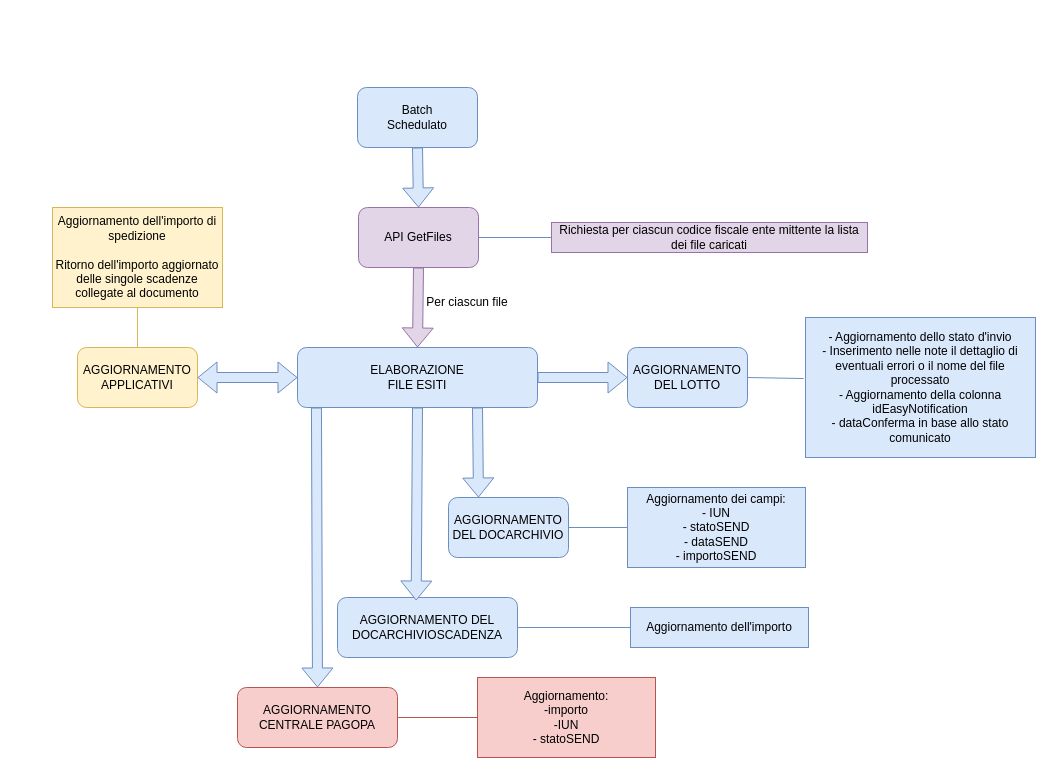
The draw.io diagram page "File Esito" (2 of 5) of Easy Notification.drawio in marcogarbujoabaco/drawio, before the edit. Source tidied: cells renumbered, new cells numbered last; positions are measured from the earlier drawing's top-left corner, leaving out a move shared by most shapes. Both pictures are drawn from the tidied source at 100%, with x=0, y=0 at pixel (52, 87).
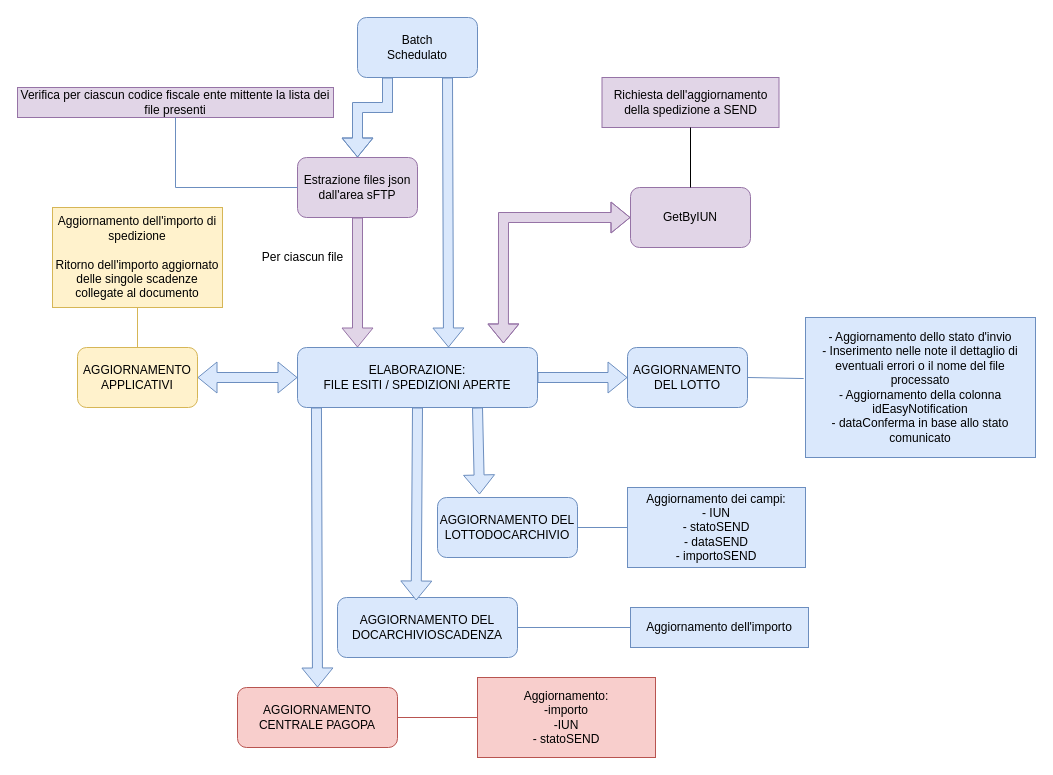
The same diagram, later.

Diff of the diagram source:
```diff
@@
-    <mxCell id="2" value="API GetFiles" style="rounded=1;whiteSpace=wrap;html=1;fillColor=#e1d5e7;strokeColor=#9673a6;" parent="1" vertex="1">
-      <mxGeometry x="306" y="120" width="120" height="60" as="geometry" />
+    <mxCell id="2" value="Estrazione files json dall'area sFTP" style="rounded=1;whiteSpace=wrap;html=1;fillColor=#e1d5e7;strokeColor=#9673a6;" parent="1" vertex="1">
+      <mxGeometry x="245" y="70" width="120" height="60" as="geometry" />
     </mxCell>
-    <mxCell id="3" value="Richiesta per ciascun codice fiscale ente mittente la lista dei file caricati" style="text;html=1;align=center;verticalAlign=middle;whiteSpace=wrap;rounded=0;strokeColor=#9673a6;fillColor=#e1d5e7;" parent="1" vertex="1">
-      <mxGeometry x="499" y="135" width="316" height="30" as="geometry" />
+    <mxCell id="3" value="Verifica per ciascun codice fiscale ente mittente la lista dei file presenti" style="text;html=1;align=center;verticalAlign=middle;whiteSpace=wrap;rounded=0;strokeColor=#9673a6;fillColor=#e1d5e7;" parent="1" vertex="1">
+      <mxGeometry x="-35" width="316" height="30" as="geometry" />
     </mxCell>
-    <mxCell id="4" value="ELABORAZIONE&lt;div&gt;FILE ESITI&lt;/div&gt;" style="rounded=1;whiteSpace=wrap;html=1;fillColor=#dae8fc;strokeColor=#6c8ebf;" parent="1" vertex="1">
+    <mxCell id="4" value="ELABORAZIONE:&lt;div&gt;FILE ESITI / SPEDIZIONI APERTE&lt;/div&gt;" style="rounded=1;whiteSpace=wrap;html=1;fillColor=#dae8fc;strokeColor=#6c8ebf;" parent="1" vertex="1">
       <mxGeometry x="245" y="260" width="240" height="60" as="geometry" />
     </mxCell>
-    <mxCell id="5" style="shape=flexArrow;endArrow=classic;html=1;rounded=0;exitX=0.5;exitY=1;exitDx=0;exitDy=0;entryX=0.5;entryY=0;entryDx=0;entryDy=0;fillColor=#e1d5e7;strokeColor=#9673a6;" parent="1" edge="1" source="2" target="4">
+    <mxCell id="5" style="shape=flexArrow;endArrow=classic;html=1;rounded=0;exitX=0.5;exitY=1;exitDx=0;exitDy=0;fillColor=#e1d5e7;strokeColor=#9673a6;entryX=0.25;entryY=0;entryDx=0;entryDy=0;" parent="1" edge="1" source="2" target="4">
       <mxGeometry relative="1" as="geometry" />
     </mxCell>
     <mxCell id="6" value="Per ciascun file" style="text;html=1;align=center;verticalAlign=middle;whiteSpace=wrap;rounded=0;" parent="1" vertex="1">
-      <mxGeometry x="345" y="200" width="140" height="30" as="geometry" />
+      <mxGeometry x="205" y="155" width="91" height="30" as="geometry" />
     </mxCell>
     <mxCell id="7" value="Batch&lt;div&gt;Schedulato&lt;/div&gt;" style="rounded=1;whiteSpace=wrap;html=1;fillColor=#dae8fc;strokeColor=#6c8ebf;" parent="1" vertex="1">
-      <mxGeometry x="305" width="120" height="60" as="geometry" />
+      <mxGeometry x="305" y="-70" width="120" height="60" as="geometry" />
     </mxCell>
-    <mxCell id="8" style="shape=flexArrow;endArrow=classic;html=1;rounded=0;entryX=0.5;entryY=0;entryDx=0;entryDy=0;exitX=0.5;exitY=1;exitDx=0;exitDy=0;fillColor=#dae8fc;strokeColor=#6c8ebf;" parent="1" edge="1" source="7" target="2">
-      <mxGeometry relative="1" as="geometry" />
-    </mxCell>
@@
-    <mxCell id="10" value="AGGIORNAMENTO DEL DOCARCHIVIO" style="rounded=1;whiteSpace=wrap;html=1;fillColor=#dae8fc;strokeColor=#6c8ebf;" parent="1" vertex="1">
-      <mxGeometry x="396" y="410" width="120" height="60" as="geometry" />
+    <mxCell id="10" value="AGGIORNAMENTO DEL LOTTODOCARCHIVIO" style="rounded=1;whiteSpace=wrap;html=1;fillColor=#dae8fc;strokeColor=#6c8ebf;" parent="1" vertex="1">
+      <mxGeometry x="385" y="410" width="140" height="60" as="geometry" />
     </mxCell>
@@
-    <mxCell id="12" style="shape=flexArrow;endArrow=classic;html=1;rounded=0;entryX=0.25;entryY=0;entryDx=0;entryDy=0;exitX=0.75;exitY=1;exitDx=0;exitDy=0;fillColor=#dae8fc;strokeColor=#6c8ebf;" parent="1" edge="1" source="4" target="10">
-      <mxGeometry relative="1" as="geometry" />
+    <mxCell id="12" style="shape=flexArrow;endArrow=classic;html=1;rounded=0;entryX=0.3;entryY=-0.05;entryDx=0;entryDy=0;fillColor=#dae8fc;strokeColor=#6c8ebf;entryPerimeter=0;" parent="1" edge="1" target="10">
+      <mxGeometry relative="1" as="geometry">
+        <mxPoint x="425" y="320" as="sourcePoint" />
+      </mxGeometry>
     </mxCell>
@@
-    <mxCell id="21" style="endArrow=none;html=1;rounded=0;entryX=0;entryY=0.5;entryDx=0;entryDy=0;exitX=1;exitY=0.5;exitDx=0;exitDy=0;fillColor=#dae8fc;strokeColor=#6c8ebf;" parent="1" edge="1" source="2" target="3">
-      <mxGeometry relative="1" as="geometry" />
+    <mxCell id="21" style="endArrow=none;html=1;rounded=0;entryX=0.5;entryY=1;entryDx=0;entryDy=0;exitX=0;exitY=0.5;exitDx=0;exitDy=0;fillColor=#dae8fc;strokeColor=#6c8ebf;" parent="1" edge="1" source="2" target="3">
+      <mxGeometry relative="1" as="geometry">
+        <Array as="points">
+          <mxPoint x="123" y="100" />
+        </Array>
+      </mxGeometry>
     </mxCell>
@@
+    <mxCell id="30" value="GetByIUN" style="rounded=1;whiteSpace=wrap;html=1;fillColor=#e1d5e7;strokeColor=#9673a6;" parent="1" vertex="1">
+      <mxGeometry x="578" y="100" width="120" height="60" as="geometry" />
+    </mxCell>
+    <mxCell id="8" style="shape=flexArrow;endArrow=classic;html=1;rounded=0;fillColor=#dae8fc;strokeColor=#6c8ebf;exitX=0.25;exitY=1;exitDx=0;exitDy=0;entryX=0.5;entryY=0;entryDx=0;entryDy=0;" parent="1" edge="1" source="7" target="2">
+      <mxGeometry relative="1" as="geometry">
+        <Array as="points">
+          <mxPoint x="335" y="20" />
+          <mxPoint x="305" y="20" />
+        </Array>
+      </mxGeometry>
+    </mxCell>
+    <mxCell id="31" style="shape=flexArrow;endArrow=classic;html=1;rounded=0;fillColor=#dae8fc;strokeColor=#6c8ebf;exitX=0.75;exitY=1;exitDx=0;exitDy=0;" parent="1" edge="1" source="7">
+      <mxGeometry relative="1" as="geometry">
+        <mxPoint x="396" y="260" as="targetPoint" />
+      </mxGeometry>
+    </mxCell>
+    <mxCell id="32" style="shape=flexArrow;endArrow=classic;html=1;rounded=0;exitX=0;exitY=0.5;exitDx=0;exitDy=0;fillColor=#e1d5e7;strokeColor=#9673a6;entryX=0.858;entryY=-0.067;entryDx=0;entryDy=0;entryPerimeter=0;startArrow=block;" parent="1" edge="1" source="30" target="4">
+      <mxGeometry relative="1" as="geometry">
+        <Array as="points">
+          <mxPoint x="451" y="130" />
+        </Array>
+      </mxGeometry>
+    </mxCell>
+    <mxCell id="33" value="Richiesta dell'aggiornamento della spedizione a SEND" style="text;html=1;align=center;verticalAlign=middle;whiteSpace=wrap;rounded=0;strokeColor=#9673a6;fillColor=#e1d5e7;" parent="1" vertex="1">
+      <mxGeometry x="549.5" y="-10" width="177" height="50" as="geometry" />
+    </mxCell>
+    <mxCell id="34" style="endArrow=none;html=1;rounded=0;entryX=0.5;entryY=1;entryDx=0;entryDy=0;exitX=0.5;exitY=0;exitDx=0;exitDy=0;strokeColor=light-dark(#000000,#5C79A3);" parent="1" edge="1" source="30" target="33">
+      <mxGeometry relative="1" as="geometry" />
+    </mxCell>
```
